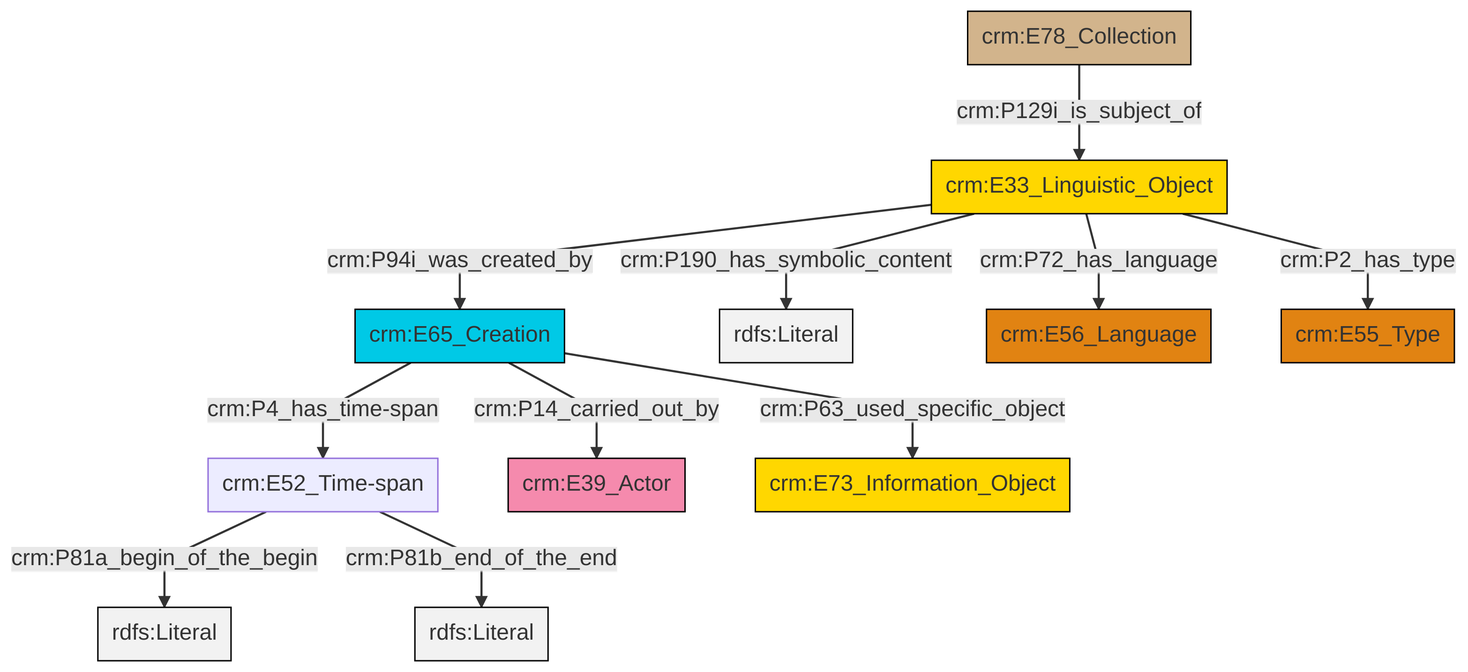
This is et/archivalCSV/ttl/mmd/png/archival_desc.png from swiss-art-research-net/docs.swissartresearch, a Mermaid export, as it was before one commit. Its source is kept beside it as et/archivalCSV/ttl/mmd/archival_desc.ttl.mmd.
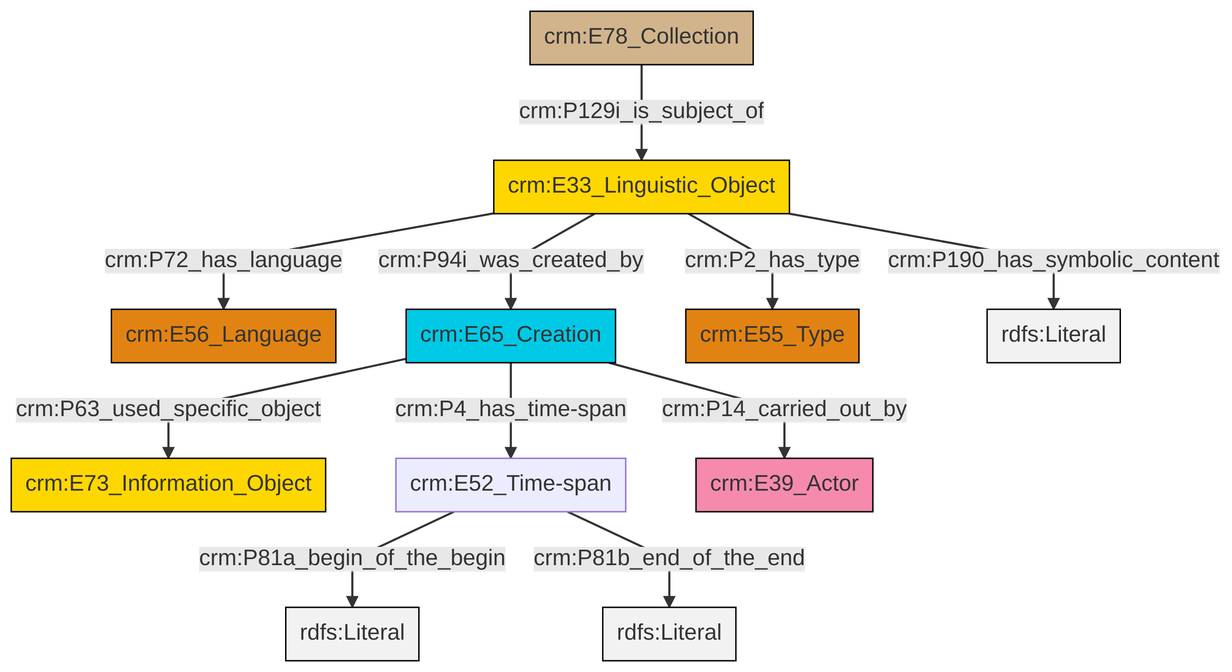
After the change.

Diff of the diagram source:
```diff
@@ -13,13 +13,13 @@
 classDef PC_Classes fill:#4ce600, stroke:#000000;
 classDef Multi fill:#cccccc,stroke:#000000;
 
-0["crm:E65_Creation"]:::Temporal_Entity -->|crm:P4_has_time-span| 1["crm:E52_Time-span"]:::Default
-1["crm:E52_Time-span"]:::Default -->|crm:P81a_begin_of_the_begin| 2[rdfs:Literal]:::Literal
-1["crm:E52_Time-span"]:::Default -->|crm:P81b_end_of_the_end| 3[rdfs:Literal]:::Literal
-0["crm:E65_Creation"]:::Temporal_Entity -->|crm:P14_carried_out_by| 5["crm:E39_Actor"]:::Actor
-7["crm:E33_Linguistic_Object"]:::Conceptual_Object -->|crm:P94i_was_created_by| 0["crm:E65_Creation"]:::Temporal_Entity
-8["crm:E78_Collection"]:::Physical_Thing -->|crm:P129i_is_subject_of| 7["crm:E33_Linguistic_Object"]:::Conceptual_Object
-7["crm:E33_Linguistic_Object"]:::Conceptual_Object -->|crm:P190_has_symbolic_content| 13[rdfs:Literal]:::Literal
-0["crm:E65_Creation"]:::Temporal_Entity -->|crm:P63_used_specific_object| 11["crm:E73_Information_Object"]:::Conceptual_Object
-7["crm:E33_Linguistic_Object"]:::Conceptual_Object -->|crm:P72_has_language| 15["crm:E56_Language"]:::Type
-7["crm:E33_Linguistic_Object"]:::Conceptual_Object -->|crm:P2_has_type| 17["crm:E55_Type"]:::Type
+0["crm:E33_Linguistic_Object"]:::Conceptual_Object -->|crm:P72_has_language| 2["crm:E56_Language"]:::Type
+0["crm:E33_Linguistic_Object"]:::Conceptual_Object -->|crm:P2_has_type| 9["crm:E55_Type"]:::Type
+5["crm:E65_Creation"]:::Temporal_Entity -->|crm:P4_has_time-span| 7["crm:E52_Time-span"]:::Default
+5["crm:E65_Creation"]:::Temporal_Entity -->|crm:P63_used_specific_object| 3["crm:E73_Information_Object"]:::Conceptual_Object
+10["crm:E78_Collection"]:::Physical_Thing -->|crm:P129i_is_subject_of| 0["crm:E33_Linguistic_Object"]:::Conceptual_Object
+0["crm:E33_Linguistic_Object"]:::Conceptual_Object -->|crm:P190_has_symbolic_content| 15[rdfs:Literal]:::Literal
+7["crm:E52_Time-span"]:::Default -->|crm:P81a_begin_of_the_begin| 17[rdfs:Literal]:::Literal
+7["crm:E52_Time-span"]:::Default -->|crm:P81b_end_of_the_end| 18[rdfs:Literal]:::Literal
+0["crm:E33_Linguistic_Object"]:::Conceptual_Object -->|crm:P94i_was_created_by| 5["crm:E65_Creation"]:::Temporal_Entity
+5["crm:E65_Creation"]:::Temporal_Entity -->|crm:P14_carried_out_by| 13["crm:E39_Actor"]:::Actor
```
